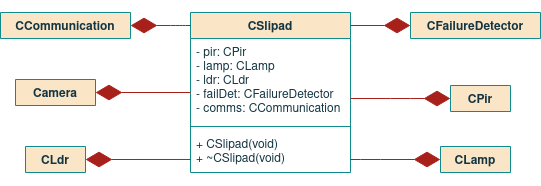
Earlier version of the draw.io export project/report/images/09sw_specification/ClassDiagram.png (ESRGgroup9/slipad). Source tidied: cells renumbered, new cells last; positions are measured from the earlier drawing's top-left corner, leaving out a move shared by most shapes. Source of this version:
```xml
<mxGraphModel>
  <root>
    <mxCell id="0" />
    <mxCell id="1" parent="0" />
    <mxCell id="2" value="CSlipad" style="swimlane;fontStyle=1;align=center;verticalAlign=top;horizontal=1;startSize=26;fillColor=#FAE5C7;strokeColor=#0F8B8D;fontColor=#143642;" parent="1" vertex="1">
      <mxGeometry x="190" width="160" height="160" as="geometry" />
    </mxCell>
    <mxCell id="3" value="- pir: CPir&#10;- lamp: CLamp&#10;- ldr: CLdr&#10;- failDet: CFailureDetector&#10;- comms: CCommunication" style="text;strokeColor=none;fillColor=none;align=left;verticalAlign=top;spacingLeft=4;spacingRight=4;overflow=hidden;points=[[0,0.5],[1,0.5]];portConstraint=eastwest;fontColor=#143642;" parent="2" vertex="1">
      <mxGeometry y="26" width="160" height="84" as="geometry" />
    </mxCell>
    <mxCell id="4" style="line;strokeWidth=1;fillColor=none;align=left;verticalAlign=middle;spacingTop=-1;spacingLeft=3;spacingRight=3;labelPosition=right;labelBackgroundColor=#DAD2D8;strokeColor=#0F8B8D;fontColor=#143642;" parent="2" vertex="1">
      <mxGeometry y="110" width="160" height="8" as="geometry" />
    </mxCell>
    <mxCell id="5" value="+ CSlipad(void)&#10;+ ~CSlipad(void)" style="text;strokeColor=none;fillColor=none;align=left;verticalAlign=top;spacingLeft=4;spacingRight=4;overflow=hidden;points=[[0,0.5],[1,0.5]];portConstraint=eastwest;fontColor=#143642;" parent="2" vertex="1">
      <mxGeometry y="118" width="160" height="42" as="geometry" />
    </mxCell>
    <mxCell id="6" value="CPir" style="swimlane;fontStyle=1;align=center;verticalAlign=top;horizontal=1;startSize=26;fillColor=#FAE5C7;strokeColor=#0F8B8D;fontColor=#143642;" parent="1" vertex="1" collapsed="1">
      <mxGeometry x="450" y="73" width="60" height="26" as="geometry" />
    </mxCell>
    <mxCell id="7" value="CLdr" style="swimlane;fontStyle=1;align=center;verticalAlign=top;horizontal=1;startSize=26;fillColor=#FAE5C7;strokeColor=#0F8B8D;fontColor=#143642;" parent="1" vertex="1" collapsed="1">
      <mxGeometry x="25" y="134" width="60" height="26" as="geometry" />
    </mxCell>
    <mxCell id="8" value="CFailureDetector" style="swimlane;fontStyle=1;align=center;verticalAlign=top;horizontal=1;startSize=26;fillColor=#FAE5C7;strokeColor=#0F8B8D;fontColor=#143642;" parent="1" vertex="1" collapsed="1">
      <mxGeometry x="410" width="130" height="26" as="geometry" />
    </mxCell>
    <mxCell id="9" value="CCommunication" style="swimlane;fontStyle=1;align=center;verticalAlign=top;horizontal=1;startSize=26;fillColor=#FAE5C7;strokeColor=#0F8B8D;fontColor=#143642;" parent="1" vertex="1" collapsed="1">
      <mxGeometry width="130" height="26" as="geometry" />
    </mxCell>
    <mxCell id="10" value="CLamp" style="swimlane;fontStyle=1;align=center;verticalAlign=top;horizontal=1;startSize=26;fillColor=#FAE5C7;strokeColor=#0F8B8D;fontColor=#143642;" parent="1" vertex="1" collapsed="1">
      <mxGeometry x="440" y="134" width="70" height="26" as="geometry" />
    </mxCell>
    <mxCell id="11" style="endArrow=diamondThin;endFill=1;endSize=24;html=1;rounded=1;sketch=0;fontColor=#143642;strokeColor=#A8201A;fillColor=#FAE5C7;entryX=1;entryY=0.5;entryDx=0;entryDy=0;edgeStyle=orthogonalEdgeStyle;" parent="1" edge="1" source="2" target="9">
      <mxGeometry relative="1" as="geometry">
        <Array as="points">
          <mxPoint x="180" y="13" />
          <mxPoint x="180" y="13" />
        </Array>
      </mxGeometry>
    </mxCell>
    <mxCell id="12" style="endArrow=diamondThin;endFill=1;endSize=24;html=1;rounded=1;sketch=0;fontColor=#143642;strokeColor=#A8201A;fillColor=#FAE5C7;entryX=1;entryY=0.5;entryDx=0;entryDy=0;edgeStyle=orthogonalEdgeStyle;exitX=0;exitY=0.69;exitDx=0;exitDy=0;exitPerimeter=0;" parent="1" edge="1" source="5" target="7">
      <mxGeometry relative="1" as="geometry" />
    </mxCell>
    <mxCell id="13" style="endArrow=diamondThin;endFill=1;endSize=24;html=1;rounded=1;sketch=0;fontColor=#143642;strokeColor=#A8201A;fillColor=#FAE5C7;edgeStyle=orthogonalEdgeStyle;entryX=0;entryY=0.5;entryDx=0;entryDy=0;" parent="1" edge="1" source="3" target="6">
      <mxGeometry relative="1" as="geometry">
        <Array as="points">
          <mxPoint x="400" y="86" />
          <mxPoint x="400" y="86" />
        </Array>
      </mxGeometry>
    </mxCell>
    <mxCell id="14" style="endArrow=diamondThin;endFill=1;endSize=24;html=1;rounded=1;sketch=0;fontColor=#143642;strokeColor=#A8201A;fillColor=#FAE5C7;edgeStyle=orthogonalEdgeStyle;entryX=0;entryY=0.5;entryDx=0;entryDy=0;" parent="1" edge="1" source="5" target="10">
      <mxGeometry relative="1" as="geometry">
        <Array as="points">
          <mxPoint x="370" y="147" />
          <mxPoint x="370" y="147" />
        </Array>
      </mxGeometry>
    </mxCell>
    <mxCell id="15" value="Camera" style="swimlane;fontStyle=1;align=center;verticalAlign=top;horizontal=1;startSize=26;fillColor=#FAE5C7;strokeColor=#0F8B8D;fontColor=#143642;" parent="1" vertex="1" collapsed="1">
      <mxGeometry x="15" y="67" width="80" height="26" as="geometry" />
    </mxCell>
    <mxCell id="16" style="endArrow=diamondThin;endFill=1;endSize=24;html=1;rounded=1;sketch=0;fontColor=#143642;strokeColor=#A8201A;fillColor=#FAE5C7;entryX=1;entryY=0.5;entryDx=0;entryDy=0;edgeStyle=orthogonalEdgeStyle;" parent="1" edge="1">
      <mxGeometry relative="1" as="geometry">
        <mxPoint x="190" y="80" as="sourcePoint" />
        <mxPoint x="95" y="80" as="targetPoint" />
      </mxGeometry>
    </mxCell>
  </root>
</mxGraphModel>
```
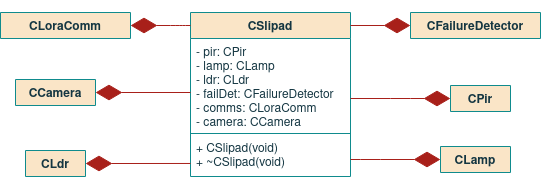
Later version of the same file.

The edit, as a diff of the source:
```diff
@@ -3,27 +3,27 @@
     <mxCell id="0" />
     <mxCell id="1" parent="0" />
     <mxCell id="2" value="CSlipad" style="swimlane;fontStyle=1;align=center;verticalAlign=top;horizontal=1;startSize=26;fillColor=#FAE5C7;strokeColor=#0F8B8D;fontColor=#143642;" parent="1" vertex="1">
-      <mxGeometry x="190" width="160" height="160" as="geometry" />
+      <mxGeometry x="190" width="160" height="164" as="geometry" />
     </mxCell>
-    <mxCell id="3" value="- pir: CPir&#10;- lamp: CLamp&#10;- ldr: CLdr&#10;- failDet: CFailureDetector&#10;- comms: CCommunication" style="text;strokeColor=none;fillColor=none;align=left;verticalAlign=top;spacingLeft=4;spacingRight=4;overflow=hidden;points=[[0,0.5],[1,0.5]];portConstraint=eastwest;fontColor=#143642;" parent="2" vertex="1">
-      <mxGeometry y="26" width="160" height="84" as="geometry" />
+    <mxCell id="3" value="- pir: CPir&#10;- lamp: CLamp&#10;- ldr: CLdr&#10;- failDet: CFailureDetector&#10;- comms: CLoraComm&#10;- camera: CCamera&#10;" style="text;strokeColor=none;fillColor=none;align=left;verticalAlign=top;spacingLeft=4;spacingRight=4;overflow=hidden;points=[[0,0.5],[1,0.5]];portConstraint=eastwest;fontColor=#143642;" parent="2" vertex="1">
+      <mxGeometry y="26" width="160" height="94" as="geometry" />
     </mxCell>
     <mxCell id="4" style="line;strokeWidth=1;fillColor=none;align=left;verticalAlign=middle;spacingTop=-1;spacingLeft=3;spacingRight=3;labelPosition=right;labelBackgroundColor=#DAD2D8;strokeColor=#0F8B8D;fontColor=#143642;" parent="2" vertex="1">
-      <mxGeometry y="110" width="160" height="8" as="geometry" />
+      <mxGeometry y="120" width="160" height="2" as="geometry" />
     </mxCell>
     <mxCell id="5" value="+ CSlipad(void)&#10;+ ~CSlipad(void)" style="text;strokeColor=none;fillColor=none;align=left;verticalAlign=top;spacingLeft=4;spacingRight=4;overflow=hidden;points=[[0,0.5],[1,0.5]];portConstraint=eastwest;fontColor=#143642;" parent="2" vertex="1">
-      <mxGeometry y="118" width="160" height="42" as="geometry" />
+      <mxGeometry y="122" width="160" height="42" as="geometry" />
     </mxCell>
     <mxCell id="6" value="CPir" style="swimlane;fontStyle=1;align=center;verticalAlign=top;horizontal=1;startSize=26;fillColor=#FAE5C7;strokeColor=#0F8B8D;fontColor=#143642;" parent="1" vertex="1" collapsed="1">
       <mxGeometry x="450" y="73" width="60" height="26" as="geometry" />
     </mxCell>
     <mxCell id="7" value="CLdr" style="swimlane;fontStyle=1;align=center;verticalAlign=top;horizontal=1;startSize=26;fillColor=#FAE5C7;strokeColor=#0F8B8D;fontColor=#143642;" parent="1" vertex="1" collapsed="1">
-      <mxGeometry x="25" y="134" width="60" height="26" as="geometry" />
+      <mxGeometry x="25" y="138" width="60" height="26" as="geometry" />
     </mxCell>
     <mxCell id="8" value="CFailureDetector" style="swimlane;fontStyle=1;align=center;verticalAlign=top;horizontal=1;startSize=26;fillColor=#FAE5C7;strokeColor=#0F8B8D;fontColor=#143642;" parent="1" vertex="1" collapsed="1">
       <mxGeometry x="410" width="130" height="26" as="geometry" />
     </mxCell>
-    <mxCell id="9" value="CCommunication" style="swimlane;fontStyle=1;align=center;verticalAlign=top;horizontal=1;startSize=26;fillColor=#FAE5C7;strokeColor=#0F8B8D;fontColor=#143642;" parent="1" vertex="1" collapsed="1">
+    <mxCell id="9" value="CLoraComm" style="swimlane;fontStyle=1;align=center;verticalAlign=top;horizontal=1;startSize=26;fillColor=#FAE5C7;strokeColor=#0F8B8D;fontColor=#143642;" parent="1" vertex="1" collapsed="1">
       <mxGeometry width="130" height="26" as="geometry" />
     </mxCell>
     <mxCell id="10" value="CLamp" style="swimlane;fontStyle=1;align=center;verticalAlign=top;horizontal=1;startSize=26;fillColor=#FAE5C7;strokeColor=#0F8B8D;fontColor=#143642;" parent="1" vertex="1" collapsed="1">
@@ -56,7 +56,7 @@
         </Array>
       </mxGeometry>
     </mxCell>
-    <mxCell id="15" value="Camera" style="swimlane;fontStyle=1;align=center;verticalAlign=top;horizontal=1;startSize=26;fillColor=#FAE5C7;strokeColor=#0F8B8D;fontColor=#143642;" parent="1" vertex="1" collapsed="1">
+    <mxCell id="15" value="CCamera" style="swimlane;fontStyle=1;align=center;verticalAlign=top;horizontal=1;startSize=26;fillColor=#FAE5C7;strokeColor=#0F8B8D;fontColor=#143642;" parent="1" vertex="1" collapsed="1">
       <mxGeometry x="15" y="67" width="80" height="26" as="geometry" />
     </mxCell>
     <mxCell id="16" style="endArrow=diamondThin;endFill=1;endSize=24;html=1;rounded=1;sketch=0;fontColor=#143642;strokeColor=#A8201A;fillColor=#FAE5C7;entryX=1;entryY=0.5;entryDx=0;entryDy=0;edgeStyle=orthogonalEdgeStyle;" parent="1" edge="1">
```
